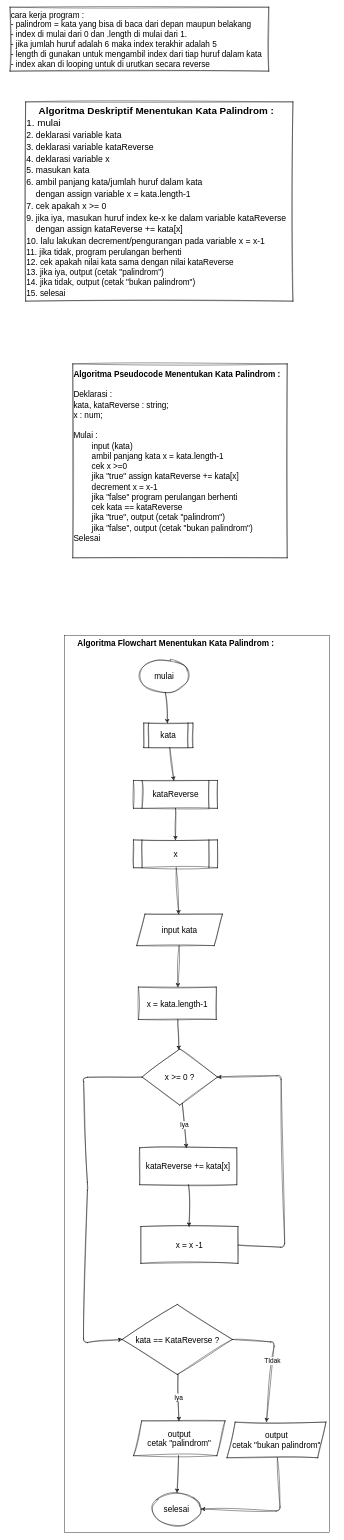
This is page "Palindrom" (1 of 2) of 6-palindrom-reverse-word.drawio from xel26/fwg17-computer-science, a draw.io file, before an edit. Source tidied: cells renumbered, new cells numbered last; positions are measured from the earlier drawing's top-left corner, leaving out a move shared by most shapes. Both pictures are drawn from the tidied source at 41%, with x=0, y=0 at pixel (10, 7).
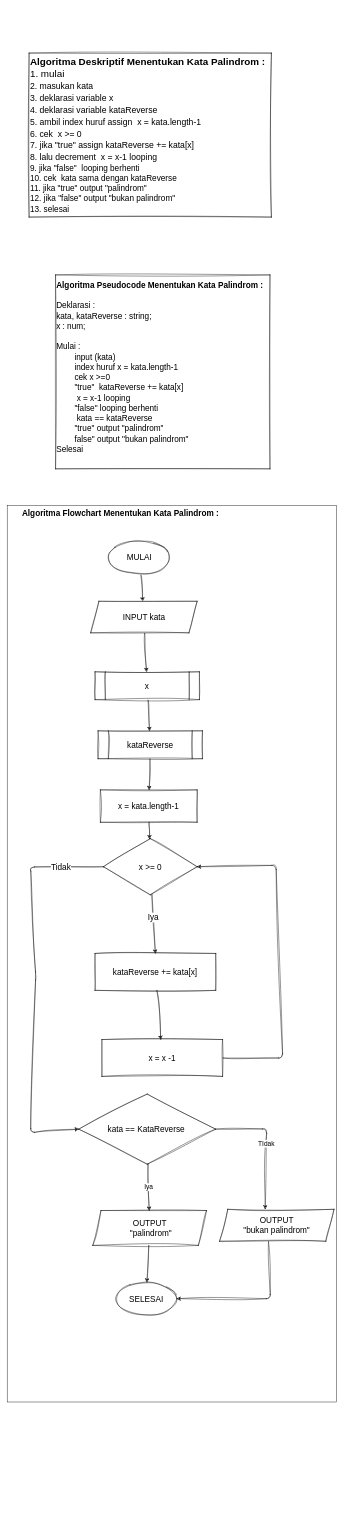
Above is the later version.

What changed in the source:
```diff
@@
-    <mxCell id="2" value="&lt;div style=&quot;text-align: center; font-size: 24px;&quot;&gt;&lt;b style=&quot;font-family: Helvetica; background-color: initial;&quot;&gt;&lt;font style=&quot;font-size: 24px;&quot;&gt;Algoritma Deskriptif Menentukan Kata Palindrom :&lt;/font&gt;&lt;/b&gt;&lt;/div&gt;&lt;font style=&quot;font-size: 24px;&quot; face=&quot;Helvetica&quot;&gt;&lt;div style=&quot;&quot;&gt;&lt;span style=&quot;background-color: initial;&quot;&gt;1. mulai&lt;/span&gt;&lt;/div&gt;&lt;span style=&quot;font-size: 21px;&quot;&gt;2. deklarasi variable kata&lt;/span&gt;&lt;br&gt;&lt;span style=&quot;font-size: 21px;&quot;&gt;3. deklarasi variable kataReverse&lt;/span&gt;&lt;br&gt;&lt;span style=&quot;font-size: 21px;&quot;&gt;4. deklarasi variable x&lt;/span&gt;&lt;br&gt;&lt;span style=&quot;font-size: 21px;&quot;&gt;5. masukan kata&lt;/span&gt;&lt;br&gt;&lt;span style=&quot;font-size: 21px;&quot;&gt;6. ambil panjang kata/jumlah huruf dalam kata&lt;br&gt;&amp;nbsp; &amp;nbsp; dengan assign variable x = kata.length-1&lt;/span&gt;&lt;br&gt;&lt;span style=&quot;font-size: 21px;&quot;&gt;7. cek apakah x &amp;gt;= 0&lt;/span&gt;&lt;br&gt;&lt;span style=&quot;font-size: 21px;&quot;&gt;9. jika iya, masukan huruf index ke-x ke dalam variable kataReverse&lt;br&gt;&amp;nbsp; &amp;nbsp; dengan assign kataReverse += kata[x]&lt;/span&gt;&lt;br&gt;&lt;span style=&quot;font-size: 21px;&quot;&gt;10. lalu lakukan decrement/pengurangan pada variable x = x-1&lt;/span&gt;&lt;br&gt;&lt;/font&gt;&lt;span style=&quot;font-family: Helvetica;&quot;&gt;11. jika tidak, program perulangan berhenti&lt;/span&gt;&lt;font face=&quot;Helvetica&quot;&gt;&lt;br&gt;12. cek apakah nilai kata sama dengan nilai kataReverse&lt;br&gt;13. jika iya, output (cetak &quot;palindrom&quot;)&lt;br&gt;14. jika tidak, output (cetak &quot;bukan palindrom&quot;)&lt;br&gt;15. selesai&lt;br&gt;&lt;/font&gt;" style="text;html=1;align=left;verticalAlign=middle;strokeColor=default;fillColor=none;fontSize=20;fontFamily=Architects Daughter;sketch=1;hachureGap=4;jiggle=2;curveFitting=1;" parent="1" vertex="1">
-      <mxGeometry x="38" y="231" width="652" height="486" as="geometry" />
+    <mxCell id="2" value="&lt;div style=&quot;text-align: center; font-size: 24px;&quot;&gt;&lt;b style=&quot;font-family: Helvetica; background-color: initial;&quot;&gt;&lt;font style=&quot;font-size: 24px;&quot;&gt;Algoritma Deskriptif Menentukan Kata Palindrom :&lt;/font&gt;&lt;/b&gt;&lt;/div&gt;&lt;font style=&quot;font-size: 24px;&quot; face=&quot;Helvetica&quot;&gt;&lt;div style=&quot;&quot;&gt;&lt;span style=&quot;background-color: initial;&quot;&gt;1. mulai&lt;/span&gt;&lt;/div&gt;&lt;/font&gt;&lt;font style=&quot;font-size: 24px;&quot; face=&quot;Helvetica&quot;&gt;&lt;span style=&quot;font-size: 21px;&quot;&gt;2. masukan kata&lt;br&gt;&lt;/span&gt;&lt;/font&gt;&lt;font style=&quot;border-color: var(--border-color); font-size: 24px;&quot; face=&quot;Helvetica&quot;&gt;&lt;span style=&quot;border-color: var(--border-color); font-size: 21px;&quot;&gt;3. deklarasi variable x&lt;br style=&quot;border-color: var(--border-color);&quot;&gt;&lt;/span&gt;&lt;/font&gt;&lt;span style=&quot;border-color: var(--border-color); font-family: Helvetica; font-size: 21px;&quot;&gt;4. deklarasi variable kataReverse&lt;/span&gt;&lt;font style=&quot;font-size: 24px;&quot; face=&quot;Helvetica&quot;&gt;&lt;br&gt;&lt;span style=&quot;font-size: 21px;&quot;&gt;5. ambil index huruf assign&amp;nbsp; x = kata.length-1&lt;/span&gt;&lt;br&gt;&lt;span style=&quot;font-size: 21px;&quot;&gt;6. cek&amp;nbsp; x &amp;gt;= 0&lt;/span&gt;&lt;br&gt;&lt;span style=&quot;font-size: 21px;&quot;&gt;7. jika &quot;true&quot; assign kataReverse += kata[x]&lt;/span&gt;&lt;br&gt;&lt;span style=&quot;font-size: 21px;&quot;&gt;8. lalu decrement&amp;nbsp; x = x-1 looping&lt;/span&gt;&lt;br&gt;&lt;/font&gt;&lt;span style=&quot;font-family: Helvetica;&quot;&gt;9. jika &quot;false&quot;&amp;nbsp; looping berhenti&lt;/span&gt;&lt;font face=&quot;Helvetica&quot;&gt;&lt;br&gt;10. cek&amp;nbsp; kata sama dengan kataReverse&lt;br&gt;11. jika &quot;true&quot; output &quot;palindrom&quot;&lt;br&gt;12. jika &quot;false&quot; output &quot;bukan palindrom&quot;&lt;br&gt;13. selesai&lt;br&gt;&lt;/font&gt;" style="text;html=1;align=left;verticalAlign=middle;strokeColor=default;fillColor=none;fontSize=20;fontFamily=Architects Daughter;sketch=1;hachureGap=4;jiggle=2;curveFitting=1;" parent="1" vertex="1">
+      <mxGeometry x="46.5" y="112" width="591" height="400" as="geometry" />
     </mxCell>
-    <mxCell id="3" value="cara kerja program :&lt;br&gt;- palindrom = kata yang bisa di baca dari depan maupun belakang&lt;br&gt;- index di mulai dari 0 dan .length di mulai dari 1.&lt;br&gt;- jika jumlah huruf adalah 6 maka index terakhir adalah 5&lt;br&gt;- length di gunakan untuk mengambil index dari tiap huruf dalam kata&lt;br&gt;- index akan di looping untuk di urutkan secara reverse" style="text;html=1;align=left;verticalAlign=middle;strokeColor=default;fillColor=none;fontSize=20;fontFamily=Helvetica;sketch=1;hachureGap=4;jiggle=2;curveFitting=1;" parent="1" vertex="1">
-      <mxGeometry width="631" height="156" as="geometry" />
-    </mxCell>
-    <mxCell id="4" value="&lt;font face=&quot;Helvetica&quot;&gt;&lt;b&gt;Algoritma Pseudocode Menentukan Kata Palindrom :&lt;br&gt;&lt;/b&gt;&lt;br&gt;Deklarasi :&lt;br&gt;&lt;span style=&quot;&quot;&gt;&#9;&lt;/span&gt;kata, kataReverse : string;&lt;br&gt;&lt;span style=&quot;&quot;&gt;&#9;&lt;/span&gt;x : num;&lt;br&gt;&lt;br&gt;Mulai :&lt;br&gt;&lt;span style=&quot;&quot;&gt;&#9;&lt;/span&gt;&lt;span style=&quot;white-space: pre;&quot;&gt;&#9;&lt;/span&gt;input (kata)&lt;br&gt;&lt;span style=&quot;&quot;&gt;&#9;&lt;/span&gt;&lt;span style=&quot;white-space: pre;&quot;&gt;&#9;&lt;/span&gt;ambil panjang kata x = kata.length-1&lt;br&gt;&lt;span style=&quot;&quot;&gt;&#9;&lt;/span&gt;&lt;span style=&quot;white-space: pre;&quot;&gt;&#9;&lt;/span&gt;cek x &amp;gt;=0&lt;br&gt;&lt;span style=&quot;&quot;&gt;&#9;&lt;/span&gt;&lt;/font&gt;&lt;span style=&quot;border-color: var(--border-color); font-family: Helvetica;&quot;&gt;&#9;&lt;/span&gt;&lt;span style=&quot;font-family: Helvetica;&quot;&gt;&lt;span style=&quot;white-space: pre;&quot;&gt;&#9;&lt;/span&gt;jika &quot;true&quot; assign kataReverse += kata[x]&lt;/span&gt;&lt;br style=&quot;border-color: var(--border-color); font-family: Helvetica;&quot;&gt;&lt;span style=&quot;border-color: var(--border-color); font-family: Helvetica;&quot;&gt;&#9;&lt;/span&gt;&lt;span style=&quot;font-family: Helvetica;&quot;&gt;&lt;span style=&quot;white-space: pre;&quot;&gt;&#9;&lt;/span&gt;decrement x = x-1&lt;/span&gt;&lt;font face=&quot;Helvetica&quot;&gt;&lt;br&gt;&lt;span style=&quot;&quot;&gt;&#9;&lt;/span&gt;&lt;span style=&quot;white-space: pre;&quot;&gt;&#9;&lt;/span&gt;jika &quot;false&quot; program perulangan berhenti&lt;br&gt;&lt;span style=&quot;white-space: pre;&quot;&gt;&#9;&lt;/span&gt;cek kata == kataReverse&lt;br&gt;&lt;span style=&quot;white-space: pre;&quot;&gt;&#9;&lt;/span&gt;jika &quot;true&quot;, output (cetak &quot;palindrom&quot;)&lt;br&gt;&lt;span style=&quot;white-space: pre;&quot;&gt;&#9;&lt;/span&gt;jika &quot;false&quot;, output (cetak &quot;bukan palindrom&quot;)&lt;br&gt;Selesai&lt;br&gt;&lt;span style=&quot;&quot;&gt;&#9;&lt;/span&gt;&lt;br&gt;&lt;/font&gt;" style="text;html=1;align=left;verticalAlign=middle;strokeColor=default;fillColor=none;fontSize=20;fontFamily=Architects Daughter;sketch=1;hachureGap=4;jiggle=2;curveFitting=1;" parent="1" vertex="1">
-      <mxGeometry x="153" y="870" width="523" height="473" as="geometry" />
+    <mxCell id="4" value="&lt;font face=&quot;Helvetica&quot;&gt;&lt;b&gt;Algoritma Pseudocode Menentukan Kata Palindrom :&lt;br&gt;&lt;/b&gt;&lt;br&gt;Deklarasi :&lt;br&gt;&lt;span style=&quot;&quot;&gt;&#9;&lt;/span&gt;kata, kataReverse : string;&lt;br&gt;&lt;span style=&quot;&quot;&gt;&#9;&lt;/span&gt;x : num;&lt;br&gt;&lt;br&gt;Mulai :&lt;br&gt;&lt;span style=&quot;&quot;&gt;&#9;&lt;/span&gt;&lt;span style=&quot;white-space: pre;&quot;&gt;&#9;&lt;/span&gt;input (kata)&lt;br&gt;&lt;span style=&quot;&quot;&gt;&#9;&lt;/span&gt;&lt;span style=&quot;white-space: pre;&quot;&gt;&#9;&lt;/span&gt;index huruf x = kata.length-1&lt;br&gt;&lt;span style=&quot;&quot;&gt;&#9;&lt;/span&gt;&lt;span style=&quot;white-space: pre;&quot;&gt;&#9;&lt;/span&gt;cek x &amp;gt;=0&lt;br&gt;&lt;span style=&quot;&quot;&gt;&#9;&lt;/span&gt;&lt;/font&gt;&lt;span style=&quot;border-color: var(--border-color); font-family: Helvetica;&quot;&gt;&#9;&lt;/span&gt;&lt;span style=&quot;font-family: Helvetica;&quot;&gt;&lt;span style=&quot;white-space: pre;&quot;&gt;&#9;&lt;/span&gt;&quot;true&quot;&amp;nbsp; kataReverse += kata[x]&lt;/span&gt;&lt;br style=&quot;border-color: var(--border-color); font-family: Helvetica;&quot;&gt;&lt;span style=&quot;border-color: var(--border-color); font-family: Helvetica;&quot;&gt;&#9;&lt;/span&gt;&lt;span style=&quot;font-family: Helvetica;&quot;&gt;&lt;span style=&quot;white-space: pre;&quot;&gt;&#9;&lt;/span&gt;&amp;nbsp;x = x-1 looping&lt;/span&gt;&lt;font face=&quot;Helvetica&quot;&gt;&lt;br&gt;&lt;span style=&quot;&quot;&gt;&#9;&lt;/span&gt;&lt;span style=&quot;white-space: pre;&quot;&gt;&#9;&lt;/span&gt;&quot;false&quot; looping berhenti&lt;br&gt;&lt;span style=&quot;white-space: pre;&quot;&gt;&#9;&lt;/span&gt;&amp;nbsp;kata == kataReverse&lt;br&gt;&lt;span style=&quot;white-space: pre;&quot;&gt;&#9;&lt;/span&gt;&quot;true&quot; output &quot;palindrom&quot;&lt;br&gt;&lt;span style=&quot;white-space: pre;&quot;&gt;&#9;&lt;/span&gt;false&quot; output &quot;bukan palindrom&quot;&lt;br&gt;Selesai&lt;br&gt;&lt;span style=&quot;&quot;&gt;&#9;&lt;/span&gt;&lt;br&gt;&lt;/font&gt;" style="text;html=1;align=left;verticalAlign=middle;strokeColor=default;fillColor=none;fontSize=20;fontFamily=Architects Daughter;sketch=1;hachureGap=4;jiggle=2;curveFitting=1;" parent="1" vertex="1">
+      <mxGeometry x="111" y="653" width="523" height="473" as="geometry" />
     </mxCell>
     <mxCell id="5" style="group;strokeColor=default;" parent="1" vertex="1">
-      <mxGeometry x="133" y="1533" width="646.5" height="2187" as="geometry" />
+      <mxGeometry x="-7" y="1215" width="803" height="2187" as="geometry" />
     </mxCell>
     <mxCell id="6" value="&lt;b&gt;Algoritma Flowchart Menentukan Kata Palindrom :&lt;/b&gt;" style="text;html=1;align=center;verticalAlign=middle;strokeColor=none;fillColor=none;fontSize=20;fontFamily=Helvetica;sketch=1;hachureGap=4;jiggle=2;curveFitting=1;" parent="5" vertex="1">
-      <mxGeometry x="21.5" width="498" height="36" as="geometry" />
+      <mxGeometry x="26.7" width="498" height="36" as="geometry" />
     </mxCell>
+    <mxCell id="34" style="edgeStyle=none;sketch=1;hachureGap=4;jiggle=2;curveFitting=1;html=1;fontFamily=Helvetica;fontSize=16;" parent="5" edge="1" source="7" target="14">
+      <mxGeometry relative="1" as="geometry" />
+    </mxCell>
-    <mxCell id="7" value="mulai" style="ellipse;whiteSpace=wrap;html=1;sketch=1;hachureGap=4;jiggle=2;curveFitting=1;fontFamily=Helvetica;fontSize=20;strokeColor=default;" parent="5" vertex="1">
-      <mxGeometry x="183" y="58" width="120" height="80" as="geometry" />
+    <mxCell id="7" value="MULAI" style="ellipse;whiteSpace=wrap;html=1;sketch=1;hachureGap=4;jiggle=2;curveFitting=1;fontFamily=Helvetica;fontSize=20;strokeColor=default;" parent="5" vertex="1">
+      <mxGeometry x="248" y="87" width="149" height="80" as="geometry" />
     </mxCell>
-    <mxCell id="8" value="kata" style="shape=process;whiteSpace=wrap;html=1;backgroundOutline=1;sketch=1;hachureGap=4;jiggle=2;curveFitting=1;fontFamily=Helvetica;fontSize=20;strokeColor=default;" parent="5" vertex="1">
-      <mxGeometry x="193" y="213" width="120" height="60" as="geometry" />
-    </mxCell>
-    <mxCell id="9" style="edgeStyle=none;sketch=1;hachureGap=4;jiggle=2;curveFitting=1;html=1;fontFamily=Helvetica;fontSize=16;strokeColor=default;" parent="5" edge="1" source="7" target="8">
-      <mxGeometry relative="1" as="geometry" />
-    </mxCell>
-    <mxCell id="10" value="kataReverse" style="shape=process;whiteSpace=wrap;html=1;backgroundOutline=1;sketch=1;hachureGap=4;jiggle=2;curveFitting=1;fontFamily=Helvetica;fontSize=20;strokeColor=default;" parent="5" vertex="1">
-      <mxGeometry x="168" y="353" width="205" height="68" as="geometry" />
-    </mxCell>
-    <mxCell id="11" style="edgeStyle=none;sketch=1;hachureGap=4;jiggle=2;curveFitting=1;html=1;fontFamily=Helvetica;fontSize=16;strokeColor=default;" parent="5" edge="1" source="8" target="10">
-      <mxGeometry relative="1" as="geometry" />
-    </mxCell>
-    <mxCell id="12" value="x" style="shape=process;whiteSpace=wrap;html=1;backgroundOutline=1;sketch=1;hachureGap=4;jiggle=2;curveFitting=1;fontFamily=Helvetica;fontSize=20;strokeColor=default;" parent="5" vertex="1">
-      <mxGeometry x="168" y="498" width="205" height="68" as="geometry" />
-    </mxCell>
-    <mxCell id="13" style="edgeStyle=none;sketch=1;hachureGap=4;jiggle=2;curveFitting=1;html=1;fontFamily=Helvetica;fontSize=16;strokeColor=default;" parent="5" edge="1" source="10" target="12">
-      <mxGeometry relative="1" as="geometry" />
-    </mxCell>
+    <mxCell id="35" style="edgeStyle=none;sketch=1;hachureGap=4;jiggle=2;curveFitting=1;html=1;fontFamily=Helvetica;fontSize=16;" parent="5" edge="1" source="14" target="12">
+      <mxGeometry relative="1" as="geometry" />
+    </mxCell>
-    <mxCell id="14" value="input kata" style="shape=parallelogram;perimeter=parallelogramPerimeter;whiteSpace=wrap;html=1;fixedSize=1;sketch=1;hachureGap=4;jiggle=2;curveFitting=1;fontFamily=Helvetica;fontSize=20;strokeColor=default;" parent="5" vertex="1">
-      <mxGeometry x="176" y="679" width="209" height="77" as="geometry" />
+    <mxCell id="14" value="INPUT kata" style="shape=parallelogram;perimeter=parallelogramPerimeter;whiteSpace=wrap;html=1;fixedSize=1;sketch=1;hachureGap=4;jiggle=2;curveFitting=1;fontFamily=Helvetica;fontSize=20;strokeColor=default;" parent="5" vertex="1">
+      <mxGeometry x="203.7" y="234" width="259.6" height="77" as="geometry" />
     </mxCell>
-    <mxCell id="15" style="edgeStyle=none;sketch=1;hachureGap=4;jiggle=2;curveFitting=1;html=1;fontFamily=Helvetica;fontSize=16;strokeColor=default;" parent="5" edge="1" source="12" target="14">
-      <mxGeometry relative="1" as="geometry" />
-    </mxCell>
     <mxCell id="16" value="x = kata.length-1" style="rounded=0;whiteSpace=wrap;html=1;sketch=1;hachureGap=4;jiggle=2;curveFitting=1;fontFamily=Helvetica;fontSize=20;strokeColor=default;" parent="5" vertex="1">
-      <mxGeometry x="180" y="857" width="190" height="79" as="geometry" />
+      <mxGeometry x="227.3" y="694" width="236" height="79" as="geometry" />
     </mxCell>
-    <mxCell id="17" style="edgeStyle=none;sketch=1;hachureGap=4;jiggle=2;curveFitting=1;html=1;fontFamily=Helvetica;fontSize=16;strokeColor=default;" parent="5" edge="1" source="14" target="16">
-      <mxGeometry relative="1" as="geometry" />
-    </mxCell>
+    <mxCell id="36" style="edgeStyle=none;sketch=1;hachureGap=4;jiggle=2;curveFitting=1;html=1;fontFamily=Helvetica;fontSize=16;entryX=0.5;entryY=0;entryDx=0;entryDy=0;" parent="5" edge="1" source="18" target="20">
+      <mxGeometry relative="1" as="geometry" />
+    </mxCell>
+    <mxCell id="21" value="Iya" style="edgeLabel;html=1;align=center;verticalAlign=middle;fontSize=20;fontFamily=Helvetica;" parent="36" vertex="1">
+      <mxGeometry x="-0.22" y="-1" relative="1" as="geometry" />
+    </mxCell>
-    <mxCell id="18" value="x &amp;gt;= 0 ?" style="rhombus;whiteSpace=wrap;html=1;sketch=1;hachureGap=4;jiggle=2;curveFitting=1;fontFamily=Helvetica;fontSize=20;strokeColor=default;" parent="5" vertex="1">
-      <mxGeometry x="189" y="1008" width="184" height="137" as="geometry" />
+    <mxCell id="18" value="x &amp;gt;= 0" style="rhombus;whiteSpace=wrap;html=1;sketch=1;hachureGap=4;jiggle=2;curveFitting=1;fontFamily=Helvetica;fontSize=20;strokeColor=default;" parent="5" vertex="1">
+      <mxGeometry x="234.8" y="813" width="228.5" height="137" as="geometry" />
     </mxCell>
@@
     <mxCell id="20" value="kataReverse += kata[x]" style="rounded=0;whiteSpace=wrap;html=1;sketch=1;hachureGap=4;jiggle=2;curveFitting=1;fontFamily=Helvetica;fontSize=20;strokeColor=default;" parent="5" vertex="1">
-      <mxGeometry x="183" y="1249" width="237" height="90" as="geometry" />
+      <mxGeometry x="214.3" y="1093" width="294.4" height="90" as="geometry" />
     </mxCell>
-    <mxCell id="21" value="Iya" style="edgeStyle=none;sketch=1;hachureGap=4;jiggle=2;curveFitting=1;html=1;fontFamily=Helvetica;fontSize=16;strokeColor=default;" parent="5" edge="1" source="18" target="20">
-      <mxGeometry relative="1" as="geometry" />
-    </mxCell>
     <mxCell id="22" style="edgeStyle=none;sketch=1;hachureGap=4;jiggle=2;curveFitting=1;html=1;entryX=1;entryY=0.5;entryDx=0;entryDy=0;fontFamily=Helvetica;fontSize=16;exitX=1;exitY=0.5;exitDx=0;exitDy=0;strokeColor=default;" parent="5" edge="1" source="23" target="18">
       <mxGeometry relative="1" as="geometry">
         <Array as="points">
-          <mxPoint x="537" y="1492" />
-          <mxPoint x="528" y="1073" />
+          <mxPoint x="672" y="1348" />
+          <mxPoint x="655.8" y="878" />
         </Array>
       </mxGeometry>
     </mxCell>
     <mxCell id="23" value="x = x -1" style="rounded=0;whiteSpace=wrap;html=1;sketch=1;hachureGap=4;jiggle=2;curveFitting=1;fontFamily=Helvetica;fontSize=20;strokeColor=default;" parent="5" vertex="1">
-      <mxGeometry x="186" y="1441" width="237" height="90" as="geometry" />
+      <mxGeometry x="231" y="1303" width="294.4" height="90" as="geometry" />
     </mxCell>
@@
-    <mxCell id="25" value="kata == KataReverse ?" style="rhombus;whiteSpace=wrap;html=1;sketch=1;hachureGap=4;jiggle=2;curveFitting=1;fontFamily=Helvetica;fontSize=20;strokeColor=default;" parent="5" vertex="1">
-      <mxGeometry x="140.5" y="1631" width="269" height="171" as="geometry" />
+    <mxCell id="25" value="kata == KataReverse&amp;nbsp;" style="rhombus;whiteSpace=wrap;html=1;sketch=1;hachureGap=4;jiggle=2;curveFitting=1;fontFamily=Helvetica;fontSize=20;strokeColor=default;" parent="5" vertex="1">
+      <mxGeometry x="174.5" y="1436" width="334.1" height="171" as="geometry" />
     </mxCell>
     <mxCell id="26" style="edgeStyle=none;sketch=1;hachureGap=4;jiggle=2;curveFitting=1;html=1;exitX=0;exitY=0.5;exitDx=0;exitDy=0;entryX=0;entryY=0.5;entryDx=0;entryDy=0;fontFamily=Helvetica;fontSize=16;strokeColor=default;" parent="5" edge="1" source="18" target="25">
       <mxGeometry relative="1" as="geometry">
         <Array as="points">
-          <mxPoint x="46" y="1077" />
-          <mxPoint x="56" y="1343" />
-          <mxPoint x="46" y="1725" />
+          <mxPoint x="57.1" y="882" />
+          <mxPoint x="69.6" y="1148" />
+          <mxPoint x="57.1" y="1530" />
         </Array>
       </mxGeometry>
     </mxCell>
+    <mxCell id="37" value="&lt;font face=&quot;Helvetica&quot;&gt;Tidak&lt;/font&gt;" style="edgeLabel;html=1;align=center;verticalAlign=middle;fontSize=20;fontFamily=Architects Daughter;" parent="26" vertex="1">
+      <mxGeometry x="-0.78" y="1" relative="1" as="geometry" />
+    </mxCell>
-    <mxCell id="27" value="output&lt;br&gt;cetak &quot;palindrom&quot;" style="shape=parallelogram;perimeter=parallelogramPerimeter;whiteSpace=wrap;html=1;fixedSize=1;sketch=1;hachureGap=4;jiggle=2;curveFitting=1;fontFamily=Helvetica;fontSize=20;strokeColor=default;" parent="5" vertex="1">
-      <mxGeometry x="168" y="1915" width="223.5" height="85" as="geometry" />
+    <mxCell id="27" value="OUTPUT&lt;br&gt;&amp;nbsp;&quot;palindrom&quot;" style="shape=parallelogram;perimeter=parallelogramPerimeter;whiteSpace=wrap;html=1;fixedSize=1;sketch=1;hachureGap=4;jiggle=2;curveFitting=1;fontFamily=Helvetica;fontSize=20;strokeColor=default;" parent="5" vertex="1">
+      <mxGeometry x="208.7" y="1720" width="277.6" height="85" as="geometry" />
     </mxCell>
@@
-    <mxCell id="29" value="output&lt;br&gt;cetak &quot;bukan palindrom&quot;" style="shape=parallelogram;perimeter=parallelogramPerimeter;whiteSpace=wrap;html=1;fixedSize=1;sketch=1;hachureGap=4;jiggle=2;curveFitting=1;fontFamily=Helvetica;fontSize=20;strokeColor=default;" parent="5" vertex="1">
-      <mxGeometry x="396" y="1918" width="241.5" height="87" as="geometry" />
+    <mxCell id="29" value="OUTPUT&lt;br&gt;&quot;bukan palindrom&quot;" style="shape=parallelogram;perimeter=parallelogramPerimeter;whiteSpace=wrap;html=1;fixedSize=1;sketch=1;hachureGap=4;jiggle=2;curveFitting=1;fontFamily=Helvetica;fontSize=20;strokeColor=default;" parent="5" vertex="1">
+      <mxGeometry x="518" y="1717" width="279.1" height="78" as="geometry" />
     </mxCell>
     <mxCell id="30" value="TIdak" style="edgeStyle=none;sketch=1;hachureGap=4;jiggle=2;curveFitting=1;html=1;fontFamily=Helvetica;fontSize=16;exitX=1;exitY=0.5;exitDx=0;exitDy=0;strokeColor=default;entryX=0.399;entryY=-0.005;entryDx=0;entryDy=0;entryPerimeter=0;" parent="5" edge="1" source="25" target="29">
       <mxGeometry relative="1" as="geometry">
         <Array as="points">
-          <mxPoint x="512" y="1723" />
+          <mxPoint x="633" y="1521" />
         </Array>
       </mxGeometry>
     </mxCell>
-    <mxCell id="31" value="selesai" style="ellipse;whiteSpace=wrap;html=1;sketch=1;hachureGap=4;jiggle=2;curveFitting=1;fontFamily=Helvetica;fontSize=20;strokeColor=default;" parent="5" vertex="1">
-      <mxGeometry x="213" y="2090" width="120" height="80" as="geometry" />
+    <mxCell id="31" value="SELESAI" style="ellipse;whiteSpace=wrap;html=1;sketch=1;hachureGap=4;jiggle=2;curveFitting=1;fontFamily=Helvetica;fontSize=20;strokeColor=default;" parent="5" vertex="1">
+      <mxGeometry x="264.6" y="1895" width="149" height="80" as="geometry" />
     </mxCell>
@@
-    <mxCell id="33" style="edgeStyle=none;sketch=1;hachureGap=4;jiggle=2;curveFitting=1;html=1;entryX=1;entryY=0.5;entryDx=0;entryDy=0;fontFamily=Helvetica;fontSize=16;strokeColor=default;" parent="5" edge="1" source="29" target="31">
+    <mxCell id="33" style="edgeStyle=none;sketch=1;hachureGap=4;jiggle=2;curveFitting=1;html=1;entryX=1;entryY=0.5;entryDx=0;entryDy=0;fontFamily=Helvetica;fontSize=16;strokeColor=default;exitX=0.428;exitY=1.013;exitDx=0;exitDy=0;exitPerimeter=0;" parent="5" edge="1" source="29" target="31">
       <mxGeometry relative="1" as="geometry">
         <Array as="points">
-          <mxPoint x="526" y="2135" />
+          <mxPoint x="642" y="1935" />
         </Array>
       </mxGeometry>
     </mxCell>
+    <mxCell id="38" style="edgeStyle=none;sketch=1;hachureGap=4;jiggle=2;curveFitting=1;html=1;fontFamily=Helvetica;fontSize=16;" parent="5" edge="1" source="12" target="10">
+      <mxGeometry relative="1" as="geometry" />
+    </mxCell>
+    <mxCell id="12" value="x" style="shape=process;whiteSpace=wrap;html=1;backgroundOutline=1;sketch=1;hachureGap=4;jiggle=2;curveFitting=1;fontFamily=Helvetica;fontSize=20;strokeColor=default;" parent="5" vertex="1">
+      <mxGeometry x="214.3" y="406" width="254.6" height="68" as="geometry" />
+    </mxCell>
+    <mxCell id="39" style="edgeStyle=none;sketch=1;hachureGap=4;jiggle=2;curveFitting=1;html=1;fontFamily=Helvetica;fontSize=16;" parent="5" edge="1" source="10" target="16">
+      <mxGeometry relative="1" as="geometry" />
+    </mxCell>
+    <mxCell id="10" value="kataReverse" style="shape=process;whiteSpace=wrap;html=1;backgroundOutline=1;sketch=1;hachureGap=4;jiggle=2;curveFitting=1;fontFamily=Helvetica;fontSize=20;strokeColor=default;" parent="5" vertex="1">
+      <mxGeometry x="221.7" y="550" width="254.6" height="68" as="geometry" />
+    </mxCell>
```
